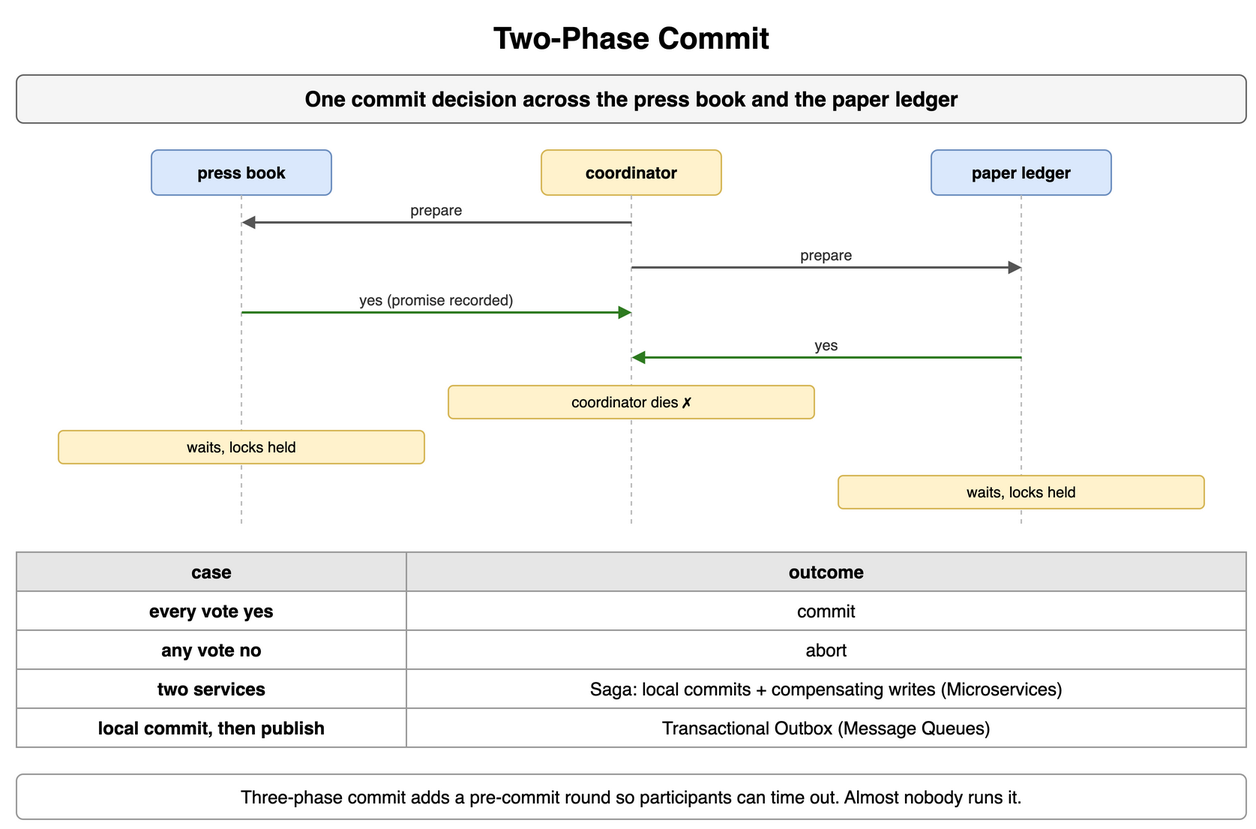
Above: content/09_System_Design_Interview/16_Transactions_and_Concurrency_Control/diagrams/transactions-5-two-phase-commit.png in amendez13/swe-study-guide (draw.io), before the change. Source tidied: cells renumbered, new cells last; positions are measured from the earlier drawing's top-left corner, leaving out a move shared by most shapes.
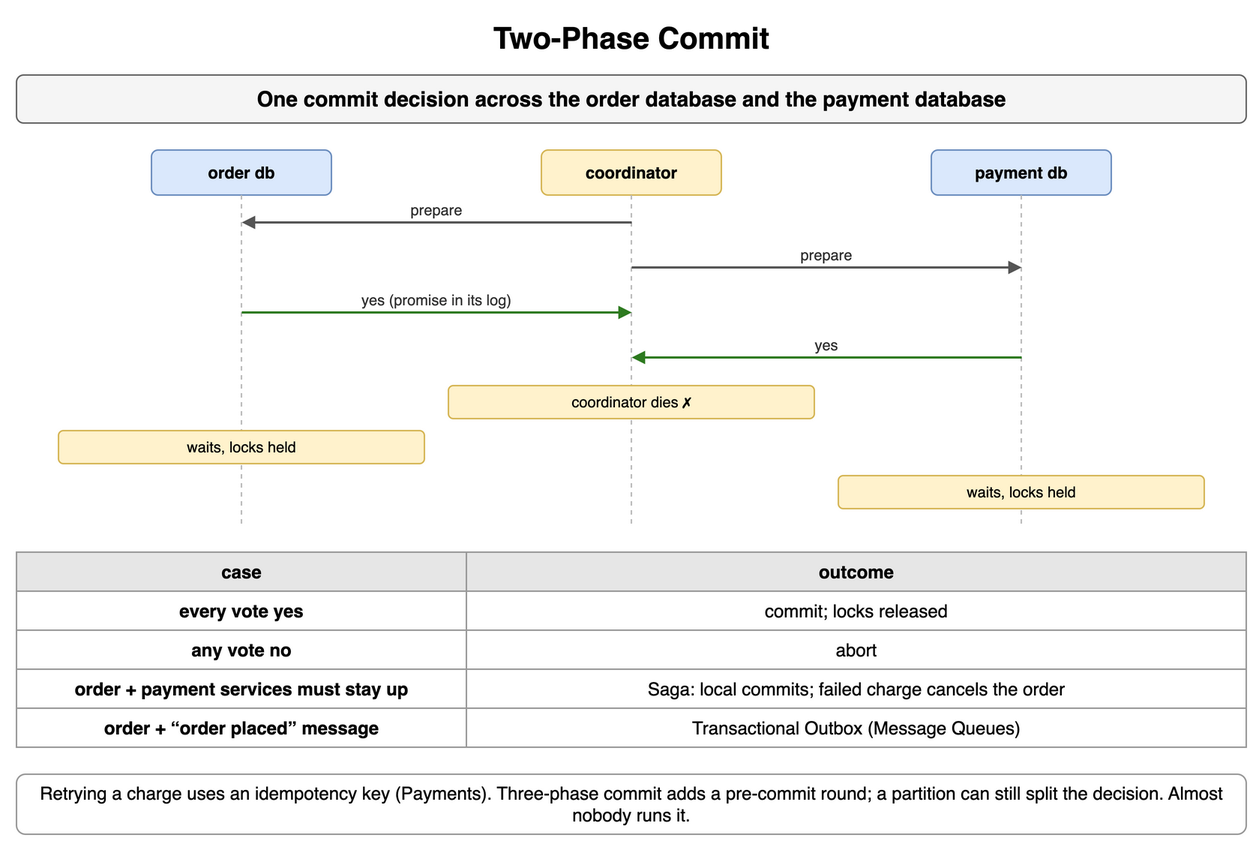
Later version of the same file.

Diff of the diagram source:
```diff
@@ -5,16 +5,16 @@
     <mxCell id="2" value="Two-Phase Commit" style="text;html=1;align=center;verticalAlign=middle;whiteSpace=wrap;fontSize=20;fontStyle=1;" parent="1" vertex="1">
       <mxGeometry width="820" height="30" as="geometry" />
     </mxCell>
-    <mxCell id="3" value="One commit decision across the press book and the paper ledger" style="rounded=1;whiteSpace=wrap;html=1;fillColor=#f5f5f5;strokeColor=#666666;fontStyle=1;fontSize=14;" parent="1" vertex="1">
+    <mxCell id="3" value="One commit decision across the order database and the payment database" style="rounded=1;whiteSpace=wrap;html=1;fillColor=#f5f5f5;strokeColor=#666666;fontStyle=1;fontSize=14;" parent="1" vertex="1">
       <mxGeometry y="40" width="820" height="32" as="geometry" />
     </mxCell>
-    <mxCell id="4" value="press book" style="rounded=1;whiteSpace=wrap;html=1;fillColor=#dae8fc;strokeColor=#6c8ebf;fontSize=11;align=center;fontStyle=1;" parent="1" vertex="1">
+    <mxCell id="4" value="order db" style="rounded=1;whiteSpace=wrap;html=1;fillColor=#dae8fc;strokeColor=#6c8ebf;fontSize=11;align=center;fontStyle=1;" parent="1" vertex="1">
       <mxGeometry x="90" y="90" width="120" height="30" as="geometry" />
     </mxCell>
     <mxCell id="5" value="coordinator" style="rounded=1;whiteSpace=wrap;html=1;fillColor=#fff2cc;strokeColor=#d6b656;fontSize=11;align=center;fontStyle=1;" parent="1" vertex="1">
       <mxGeometry x="350" y="90" width="120" height="30" as="geometry" />
     </mxCell>
-    <mxCell id="6" value="paper ledger" style="rounded=1;whiteSpace=wrap;html=1;fillColor=#dae8fc;strokeColor=#6c8ebf;fontSize=11;align=center;fontStyle=1;" parent="1" vertex="1">
+    <mxCell id="6" value="payment db" style="rounded=1;whiteSpace=wrap;html=1;fillColor=#dae8fc;strokeColor=#6c8ebf;fontSize=11;align=center;fontStyle=1;" parent="1" vertex="1">
       <mxGeometry x="610" y="90" width="120" height="30" as="geometry" />
     </mxCell>
     <mxCell id="7" style="endArrow=none;html=1;strokeColor=#bbbbbb;dashed=1;" parent="1" edge="1">
@@ -59,7 +59,7 @@
         <mxPoint x="410" y="198" as="targetPoint" />
       </mxGeometry>
     </mxCell>
-    <mxCell id="15" value="yes (promise recorded)" style="text;html=1;whiteSpace=wrap;fontSize=11;align=center;verticalAlign=middle;fontSize=10;fontColor=#333333;" parent="1" vertex="1">
+    <mxCell id="15" value="yes (promise in its log)" style="text;html=1;whiteSpace=wrap;fontSize=11;align=center;verticalAlign=middle;fontSize=10;fontColor=#333333;" parent="1" vertex="1">
       <mxGeometry x="154" y="182" width="252" height="15" as="geometry" />
     </mxCell>
     <mxCell id="16" style="endArrow=block;endSize=6;html=1;strokeWidth=1.5;strokeColor=#2d7a1f;fontSize=11;labelBackgroundColor=#ffffff;fontColor=#2d7a1f;fontStyle=1;endSize=5;" parent="1" edge="1">
@@ -81,37 +81,37 @@
       <mxGeometry x="548" y="307" width="244" height="22" as="geometry" />
     </mxCell>
     <mxCell id="21" value="case" style="whiteSpace=wrap;html=1;fillColor=#e6e6e6;strokeColor=#999999;fontStyle=1;fontSize=12;" parent="1" vertex="1">
-      <mxGeometry y="358" width="260" height="26" as="geometry" />
+      <mxGeometry y="358" width="300" height="26" as="geometry" />
     </mxCell>
     <mxCell id="22" value="outcome" style="whiteSpace=wrap;html=1;fillColor=#e6e6e6;strokeColor=#999999;fontStyle=1;fontSize=12;" parent="1" vertex="1">
-      <mxGeometry x="260" y="358" width="560" height="26" as="geometry" />
+      <mxGeometry x="300" y="358" width="520" height="26" as="geometry" />
     </mxCell>
     <mxCell id="23" value="every vote yes" style="whiteSpace=wrap;html=1;strokeColor=#999999;fontSize=12;fillColor=#ffffff;fontStyle=1;" parent="1" vertex="1">
-      <mxGeometry y="384" width="260" height="26" as="geometry" />
+      <mxGeometry y="384" width="300" height="26" as="geometry" />
     </mxCell>
-    <mxCell id="24" value="commit" style="whiteSpace=wrap;html=1;strokeColor=#999999;fontSize=12;fillColor=#ffffff;" parent="1" vertex="1">
-      <mxGeometry x="260" y="384" width="560" height="26" as="geometry" />
+    <mxCell id="24" value="commit; locks released" style="whiteSpace=wrap;html=1;strokeColor=#999999;fontSize=12;fillColor=#ffffff;" parent="1" vertex="1">
+      <mxGeometry x="300" y="384" width="520" height="26" as="geometry" />
     </mxCell>
     <mxCell id="25" value="any vote no" style="whiteSpace=wrap;html=1;strokeColor=#999999;fontSize=12;fillColor=#ffffff;fontStyle=1;" parent="1" vertex="1">
-      <mxGeometry y="410" width="260" height="26" as="geometry" />
+      <mxGeometry y="410" width="300" height="26" as="geometry" />
     </mxCell>
     <mxCell id="26" value="abort" style="whiteSpace=wrap;html=1;strokeColor=#999999;fontSize=12;fillColor=#ffffff;" parent="1" vertex="1">
-      <mxGeometry x="260" y="410" width="560" height="26" as="geometry" />
+      <mxGeometry x="300" y="410" width="520" height="26" as="geometry" />
     </mxCell>
-    <mxCell id="27" value="two services" style="whiteSpace=wrap;html=1;strokeColor=#999999;fontSize=12;fillColor=#ffffff;fontStyle=1;" parent="1" vertex="1">
-      <mxGeometry y="436" width="260" height="26" as="geometry" />
+    <mxCell id="27" value="order + payment services must stay up" style="whiteSpace=wrap;html=1;strokeColor=#999999;fontSize=12;fillColor=#ffffff;fontStyle=1;" parent="1" vertex="1">
+      <mxGeometry y="436" width="300" height="26" as="geometry" />
     </mxCell>
-    <mxCell id="28" value="Saga: local commits + compensating writes (Microservices)" style="whiteSpace=wrap;html=1;strokeColor=#999999;fontSize=12;fillColor=#ffffff;" parent="1" vertex="1">
-      <mxGeometry x="260" y="436" width="560" height="26" as="geometry" />
+    <mxCell id="28" value="Saga: local commits; failed charge cancels the order" style="whiteSpace=wrap;html=1;strokeColor=#999999;fontSize=12;fillColor=#ffffff;" parent="1" vertex="1">
+      <mxGeometry x="300" y="436" width="520" height="26" as="geometry" />
     </mxCell>
-    <mxCell id="29" value="local commit, then publish" style="whiteSpace=wrap;html=1;strokeColor=#999999;fontSize=12;fillColor=#ffffff;fontStyle=1;" parent="1" vertex="1">
-      <mxGeometry y="462" width="260" height="26" as="geometry" />
+    <mxCell id="29" value="order + “order placed” message" style="whiteSpace=wrap;html=1;strokeColor=#999999;fontSize=12;fillColor=#ffffff;fontStyle=1;" parent="1" vertex="1">
+      <mxGeometry y="462" width="300" height="26" as="geometry" />
     </mxCell>
     <mxCell id="30" value="Transactional Outbox (Message Queues)" style="whiteSpace=wrap;html=1;strokeColor=#999999;fontSize=12;fillColor=#ffffff;" parent="1" vertex="1">
-      <mxGeometry x="260" y="462" width="560" height="26" as="geometry" />
+      <mxGeometry x="300" y="462" width="520" height="26" as="geometry" />
     </mxCell>
-    <mxCell id="31" value="Three-phase commit adds a pre-commit round so participants can time out. Almost nobody runs it." style="rounded=1;whiteSpace=wrap;html=1;fillColor=#ffffff;strokeColor=#999999;fontSize=12;align=center;" parent="1" vertex="1">
-      <mxGeometry y="506" width="820" height="30" as="geometry" />
+    <mxCell id="31" value="Retrying a charge uses an idempotency key (Payments). Three-phase commit adds a pre-commit round; a partition can still split the decision. Almost nobody runs it." style="rounded=1;whiteSpace=wrap;html=1;fillColor=#ffffff;strokeColor=#999999;fontSize=12;align=center;" parent="1" vertex="1">
+      <mxGeometry y="506" width="820" height="40" as="geometry" />
     </mxCell>
   </root>
 </mxGraphModel>
```
